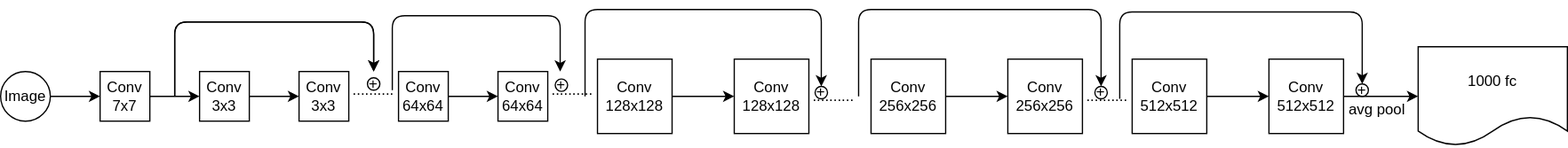
GuaiGuaiOnMyComputer/SummerVacationMeeting keeps this draw.io diagram as W4_TransferLearning/img/Resnet18.svg. Above is the earlier version. Source tidied: cells renumbered, new cells last; positions are measured from the earlier drawing's top-left corner, leaving out a move shared by most shapes. Its diagram source:
```xml
<mxGraphModel>
  <root>
    <mxCell id="0" />
    <mxCell id="1" parent="0" />
    <mxCell id="2" style="edgeStyle=none;html=1;" parent="1" edge="1" source="3" target="5">
      <mxGeometry relative="1" as="geometry" />
    </mxCell>
    <mxCell id="3" value="Image" style="ellipse;whiteSpace=wrap;html=1;" parent="1" vertex="1">
      <mxGeometry y="50" width="40" height="40" as="geometry" />
    </mxCell>
    <mxCell id="4" style="edgeStyle=none;html=1;" parent="1" edge="1" source="5" target="7">
      <mxGeometry relative="1" as="geometry" />
    </mxCell>
    <mxCell id="5" value="Conv&lt;br&gt;7x7" style="whiteSpace=wrap;html=1;" parent="1" vertex="1">
      <mxGeometry x="80" y="50" width="40" height="40" as="geometry" />
    </mxCell>
    <mxCell id="6" style="edgeStyle=none;html=1;" parent="1" edge="1" source="7" target="8">
      <mxGeometry relative="1" as="geometry" />
    </mxCell>
    <mxCell id="7" value="Conv&lt;br&gt;3x3" style="whiteSpace=wrap;html=1;" parent="1" vertex="1">
      <mxGeometry x="160" y="50" width="40" height="40" as="geometry" />
    </mxCell>
    <mxCell id="8" value="Conv&lt;br&gt;3x3" style="whiteSpace=wrap;html=1;" parent="1" vertex="1">
      <mxGeometry x="240" y="50" width="40" height="40" as="geometry" />
    </mxCell>
    <mxCell id="9" value=".........." style="text;html=1;strokeColor=none;fillColor=none;align=center;verticalAlign=middle;whiteSpace=wrap;rounded=0;" parent="1" vertex="1">
      <mxGeometry x="270" y="50" width="60" height="30" as="geometry" />
    </mxCell>
    <mxCell id="10" style="edgeStyle=none;html=1;" parent="1" edge="1" source="11" target="12">
      <mxGeometry relative="1" as="geometry" />
    </mxCell>
    <mxCell id="11" value="Conv&lt;br&gt;64x64" style="whiteSpace=wrap;html=1;" parent="1" vertex="1">
      <mxGeometry x="320" y="50" width="40" height="40" as="geometry" />
    </mxCell>
    <mxCell id="12" value="Conv&lt;br&gt;64x64" style="whiteSpace=wrap;html=1;" parent="1" vertex="1">
      <mxGeometry x="400" y="50" width="40" height="40" as="geometry" />
    </mxCell>
    <mxCell id="13" value=".........." style="text;html=1;strokeColor=none;fillColor=none;align=center;verticalAlign=middle;whiteSpace=wrap;rounded=0;" parent="1" vertex="1">
      <mxGeometry x="430" y="50" width="60" height="30" as="geometry" />
    </mxCell>
    <mxCell id="14" style="edgeStyle=none;html=1;" parent="1" edge="1" source="15" target="16">
      <mxGeometry relative="1" as="geometry" />
    </mxCell>
    <mxCell id="15" value="Conv&lt;br&gt;128x128" style="whiteSpace=wrap;html=1;" parent="1" vertex="1">
      <mxGeometry x="480" y="40" width="60" height="60" as="geometry" />
    </mxCell>
    <mxCell id="16" value="Conv&lt;br&gt;128x128" style="whiteSpace=wrap;html=1;" parent="1" vertex="1">
      <mxGeometry x="590" y="40" width="60" height="60" as="geometry" />
    </mxCell>
    <mxCell id="17" style="edgeStyle=none;html=1;" parent="1" edge="1" source="18" target="19">
      <mxGeometry relative="1" as="geometry" />
    </mxCell>
    <mxCell id="18" value="Conv&lt;br&gt;256x256" style="whiteSpace=wrap;html=1;" parent="1" vertex="1">
      <mxGeometry x="700" y="40" width="60" height="60" as="geometry" />
    </mxCell>
    <mxCell id="19" value="Conv&lt;br&gt;256x256" style="whiteSpace=wrap;html=1;" parent="1" vertex="1">
      <mxGeometry x="810" y="40" width="60" height="60" as="geometry" />
    </mxCell>
    <mxCell id="20" value=".........." style="text;html=1;strokeColor=none;fillColor=none;align=center;verticalAlign=middle;whiteSpace=wrap;rounded=0;" parent="1" vertex="1">
      <mxGeometry x="640" y="55" width="60" height="30" as="geometry" />
    </mxCell>
    <mxCell id="21" value=".........." style="text;html=1;strokeColor=none;fillColor=none;align=center;verticalAlign=middle;whiteSpace=wrap;rounded=0;" parent="1" vertex="1">
      <mxGeometry x="860" y="55" width="60" height="30" as="geometry" />
    </mxCell>
    <mxCell id="22" style="edgeStyle=none;html=1;" parent="1" edge="1" source="23" target="25">
      <mxGeometry relative="1" as="geometry" />
    </mxCell>
    <mxCell id="23" value="Conv&lt;br&gt;512x512" style="whiteSpace=wrap;html=1;" parent="1" vertex="1">
      <mxGeometry x="910" y="40" width="60" height="60" as="geometry" />
    </mxCell>
    <mxCell id="24" style="edgeStyle=none;html=1;" parent="1" edge="1" source="25" target="26">
      <mxGeometry relative="1" as="geometry" />
    </mxCell>
    <mxCell id="25" value="Conv&lt;br&gt;512x512" style="whiteSpace=wrap;html=1;" parent="1" vertex="1">
      <mxGeometry x="1020" y="40" width="60" height="60" as="geometry" />
    </mxCell>
    <mxCell id="26" value="1000 fc" style="shape=document;whiteSpace=wrap;html=1;boundedLbl=1;" parent="1" vertex="1">
      <mxGeometry x="1140" y="30" width="120" height="80" as="geometry" />
    </mxCell>
    <mxCell id="27" value="&amp;nbsp;avg pool" style="text;html=1;align=center;verticalAlign=middle;strokeColor=none;fillColor=none;" parent="1" vertex="1">
      <mxGeometry x="1070" y="66" width="70" height="30" as="geometry" />
    </mxCell>
    <mxCell id="28" style="endArrow=classic;html=1;" parent="1" edge="1" target="9">
      <mxGeometry relative="1" as="geometry">
        <mxPoint x="140" y="70" as="sourcePoint" />
        <Array as="points">
          <mxPoint x="140" y="10" />
          <mxPoint x="220" y="10" />
          <mxPoint x="300" y="10" />
        </Array>
      </mxGeometry>
    </mxCell>
    <mxCell id="29" style="endArrow=classic;html=1;" parent="1" edge="1" target="9">
      <mxGeometry relative="1" as="geometry">
        <mxPoint x="140" y="70" as="sourcePoint" />
        <Array as="points">
          <mxPoint x="140" y="10" />
          <mxPoint x="220" y="10" />
          <mxPoint x="300" y="10" />
        </Array>
      </mxGeometry>
    </mxCell>
    <mxCell id="30" value="+" style="ellipse;whiteSpace=wrap;html=1;" parent="1" vertex="1">
      <mxGeometry x="295" y="55" width="10" height="10" as="geometry" />
    </mxCell>
    <mxCell id="31" style="endArrow=classic;html=1;" parent="1" edge="1">
      <mxGeometry relative="1" as="geometry">
        <mxPoint x="315" y="65" as="sourcePoint" />
        <mxPoint x="450" y="50" as="targetPoint" />
        <Array as="points">
          <mxPoint x="315" y="5" />
          <mxPoint x="395" y="5" />
          <mxPoint x="450" y="5" />
        </Array>
      </mxGeometry>
    </mxCell>
    <mxCell id="32" value="+" style="ellipse;whiteSpace=wrap;html=1;" parent="1" vertex="1">
      <mxGeometry x="446" y="56" width="10" height="10" as="geometry" />
    </mxCell>
    <mxCell id="33" style="endArrow=classic;html=1;entryX=0.5;entryY=0;entryDx=0;entryDy=0;" parent="1" edge="1" target="34">
      <mxGeometry relative="1" as="geometry">
        <mxPoint x="470" y="70" as="sourcePoint" />
        <Array as="points">
          <mxPoint x="470" />
          <mxPoint x="660" />
        </Array>
      </mxGeometry>
    </mxCell>
    <mxCell id="34" value="+" style="ellipse;whiteSpace=wrap;html=1;" parent="1" vertex="1">
      <mxGeometry x="655" y="62" width="10" height="10" as="geometry" />
    </mxCell>
    <mxCell id="35" value="+" style="ellipse;whiteSpace=wrap;html=1;" parent="1" vertex="1">
      <mxGeometry x="880" y="62" width="10" height="10" as="geometry" />
    </mxCell>
    <mxCell id="36" style="endArrow=classic;html=1;entryX=0.5;entryY=0;entryDx=0;entryDy=0;" parent="1" edge="1" target="35">
      <mxGeometry relative="1" as="geometry">
        <mxPoint x="690" y="70" as="sourcePoint" />
        <Array as="points">
          <mxPoint x="690" />
          <mxPoint x="790" />
          <mxPoint x="885" />
        </Array>
      </mxGeometry>
    </mxCell>
    <mxCell id="37" style="endArrow=classic;html=1;entryX=0.5;entryY=0;entryDx=0;entryDy=0;" parent="1" edge="1" target="38">
      <mxGeometry relative="1" as="geometry">
        <mxPoint x="900" y="72" as="sourcePoint" />
        <Array as="points">
          <mxPoint x="900" y="2" />
          <mxPoint x="1000" y="2" />
          <mxPoint x="1095" y="2" />
        </Array>
      </mxGeometry>
    </mxCell>
    <mxCell id="38" value="+" style="ellipse;whiteSpace=wrap;html=1;" parent="1" vertex="1">
      <mxGeometry x="1090" y="60" width="10" height="10" as="geometry" />
    </mxCell>
  </root>
</mxGraphModel>
```
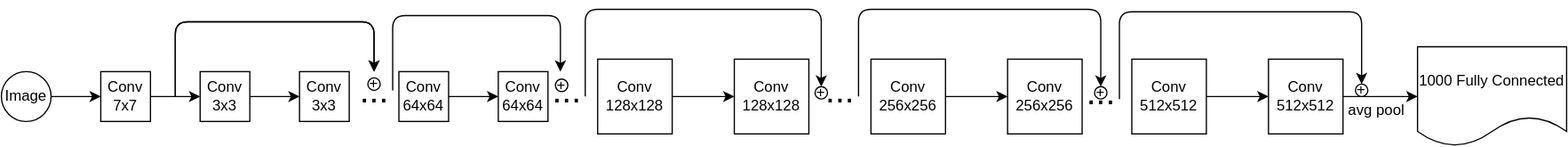
The same file after the commit.

Diff of the diagram source:
```diff
@@ -23,9 +23,6 @@
     <mxCell id="8" value="Conv&lt;br&gt;3x3" style="whiteSpace=wrap;html=1;" parent="1" vertex="1">
       <mxGeometry x="240" y="50" width="40" height="40" as="geometry" />
     </mxCell>
-    <mxCell id="9" value=".........." style="text;html=1;strokeColor=none;fillColor=none;align=center;verticalAlign=middle;whiteSpace=wrap;rounded=0;" parent="1" vertex="1">
-      <mxGeometry x="270" y="50" width="60" height="30" as="geometry" />
-    </mxCell>
     <mxCell id="10" style="edgeStyle=none;html=1;" parent="1" edge="1" source="11" target="12">
       <mxGeometry relative="1" as="geometry" />
     </mxCell>
@@ -35,9 +32,6 @@
     <mxCell id="12" value="Conv&lt;br&gt;64x64" style="whiteSpace=wrap;html=1;" parent="1" vertex="1">
       <mxGeometry x="400" y="50" width="40" height="40" as="geometry" />
     </mxCell>
-    <mxCell id="13" value=".........." style="text;html=1;strokeColor=none;fillColor=none;align=center;verticalAlign=middle;whiteSpace=wrap;rounded=0;" parent="1" vertex="1">
-      <mxGeometry x="430" y="50" width="60" height="30" as="geometry" />
-    </mxCell>
     <mxCell id="14" style="edgeStyle=none;html=1;" parent="1" edge="1" source="15" target="16">
       <mxGeometry relative="1" as="geometry" />
     </mxCell>
@@ -56,12 +50,6 @@
     <mxCell id="19" value="Conv&lt;br&gt;256x256" style="whiteSpace=wrap;html=1;" parent="1" vertex="1">
       <mxGeometry x="810" y="40" width="60" height="60" as="geometry" />
     </mxCell>
-    <mxCell id="20" value=".........." style="text;html=1;strokeColor=none;fillColor=none;align=center;verticalAlign=middle;whiteSpace=wrap;rounded=0;" parent="1" vertex="1">
-      <mxGeometry x="640" y="55" width="60" height="30" as="geometry" />
-    </mxCell>
-    <mxCell id="21" value=".........." style="text;html=1;strokeColor=none;fillColor=none;align=center;verticalAlign=middle;whiteSpace=wrap;rounded=0;" parent="1" vertex="1">
-      <mxGeometry x="860" y="55" width="60" height="30" as="geometry" />
-    </mxCell>
     <mxCell id="22" style="edgeStyle=none;html=1;" parent="1" edge="1" source="23" target="25">
       <mxGeometry relative="1" as="geometry" />
     </mxCell>
@@ -74,15 +62,16 @@
     <mxCell id="25" value="Conv&lt;br&gt;512x512" style="whiteSpace=wrap;html=1;" parent="1" vertex="1">
       <mxGeometry x="1020" y="40" width="60" height="60" as="geometry" />
     </mxCell>
-    <mxCell id="26" value="1000 fc" style="shape=document;whiteSpace=wrap;html=1;boundedLbl=1;" parent="1" vertex="1">
+    <mxCell id="26" value="1000 Fully Connected" style="shape=document;whiteSpace=wrap;html=1;boundedLbl=1;" parent="1" vertex="1">
       <mxGeometry x="1140" y="30" width="120" height="80" as="geometry" />
     </mxCell>
     <mxCell id="27" value="&amp;nbsp;avg pool" style="text;html=1;align=center;verticalAlign=middle;strokeColor=none;fillColor=none;" parent="1" vertex="1">
       <mxGeometry x="1070" y="66" width="70" height="30" as="geometry" />
     </mxCell>
-    <mxCell id="28" style="endArrow=classic;html=1;" parent="1" edge="1" target="9">
+    <mxCell id="28" style="endArrow=classic;html=1;" parent="1" edge="1">
       <mxGeometry relative="1" as="geometry">
         <mxPoint x="140" y="70" as="sourcePoint" />
+        <mxPoint x="300" y="50" as="targetPoint" />
         <Array as="points">
           <mxPoint x="140" y="10" />
           <mxPoint x="220" y="10" />
@@ -90,9 +79,10 @@
         </Array>
       </mxGeometry>
     </mxCell>
-    <mxCell id="29" style="endArrow=classic;html=1;" parent="1" edge="1" target="9">
+    <mxCell id="29" style="endArrow=classic;html=1;" parent="1" edge="1">
       <mxGeometry relative="1" as="geometry">
         <mxPoint x="140" y="70" as="sourcePoint" />
+        <mxPoint x="300" y="50" as="targetPoint" />
         <Array as="points">
           <mxPoint x="140" y="10" />
           <mxPoint x="220" y="10" />
@@ -155,5 +145,17 @@
     <mxCell id="38" value="+" style="ellipse;whiteSpace=wrap;html=1;" parent="1" vertex="1">
       <mxGeometry x="1090" y="60" width="10" height="10" as="geometry" />
     </mxCell>
+    <mxCell id="39" value="&lt;font style=&quot;font-size: 28px;&quot;&gt;...&lt;/font&gt;" style="text;html=1;align=center;verticalAlign=middle;strokeColor=none;fillColor=none;" parent="1" vertex="1">
+      <mxGeometry x="275" y="40" width="50" height="50" as="geometry" />
+    </mxCell>
+    <mxCell id="40" value="&lt;font style=&quot;font-size: 28px;&quot;&gt;...&lt;/font&gt;" style="text;html=1;align=center;verticalAlign=middle;strokeColor=none;fillColor=none;" parent="1" vertex="1">
+      <mxGeometry x="430" y="40" width="50" height="50" as="geometry" />
+    </mxCell>
+    <mxCell id="41" value="&lt;font style=&quot;font-size: 28px;&quot;&gt;...&lt;/font&gt;" style="text;html=1;align=center;verticalAlign=middle;strokeColor=none;fillColor=none;" parent="1" vertex="1">
+      <mxGeometry x="650" y="40" width="50" height="50" as="geometry" />
+    </mxCell>
+    <mxCell id="42" value="&lt;font style=&quot;font-size: 28px;&quot;&gt;...&lt;/font&gt;" style="text;html=1;align=center;verticalAlign=middle;strokeColor=none;fillColor=none;" parent="1" vertex="1">
+      <mxGeometry x="860" y="42" width="50" height="50" as="geometry" />
+    </mxCell>
   </root>
 </mxGraphModel>
```
